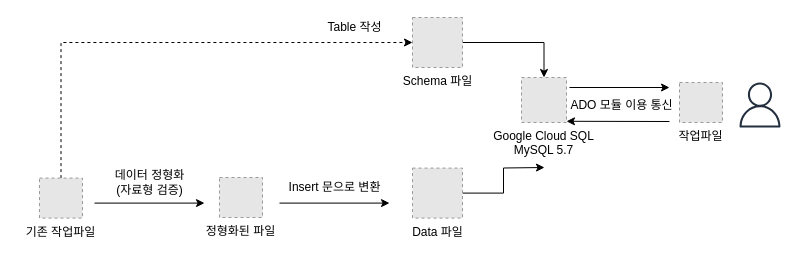
The draw.io diagram excelToDBMS.drawio in Ppojin/draw, before the edit. Source tidied: cells renumbered, new cells numbered last; positions are measured from the earlier drawing's top-left corner, leaving out a move shared by most shapes. Both pictures are drawn from the tidied source at 100%, with x=0, y=0 at pixel (39, 17). Pictures stored in the file or linked from it are replaced by grey dashed boxes.
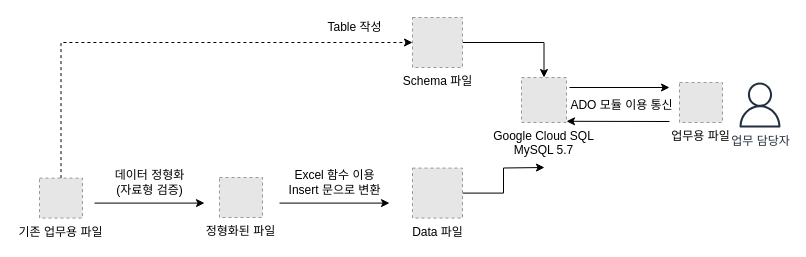
The same page after the edit.

The edit, as a diff of the source:
```diff
@@
-    <mxCell id="3" value="기존 작업파일" style="fillColor=#E6E6E6;strokeColor=#999999;dashed=1;verticalLabelPosition=bottom;labelBackgroundColor=#ffffff;verticalAlign=top;" parent="1" vertex="1">
+    <mxCell id="3" value="기존 업무용 파일" style="fillColor=#E6E6E6;strokeColor=#999999;dashed=1;verticalLabelPosition=bottom;labelBackgroundColor=#ffffff;verticalAlign=top;" parent="1" vertex="1">
       <mxGeometry y="160.6" width="43" height="40" as="geometry" />
     </mxCell>
@@
-    <mxCell id="6" value="작업파일" style="fillColor=#E6E6E6;strokeColor=#999999;dashed=1;verticalLabelPosition=bottom;labelBackgroundColor=#ffffff;verticalAlign=top;" parent="1" vertex="1">
+    <mxCell id="6" value="업무용 파일" style="fillColor=#E6E6E6;strokeColor=#999999;dashed=1;verticalLabelPosition=bottom;labelBackgroundColor=#ffffff;verticalAlign=top;" parent="1" vertex="1">
       <mxGeometry x="640" y="65" width="43" height="40" as="geometry" />
     </mxCell>
@@
-    <mxCell id="17" value="Insert 문으로 변환" style="text;html=1;align=center;verticalAlign=middle;" parent="1" vertex="1">
-      <mxGeometry x="245" y="160" width="100" height="20" as="geometry" />
+    <mxCell id="17" value="Excel 함수 이용&lt;br&gt;Insert 문으로 변환" style="text;html=1;align=center;verticalAlign=middle;" parent="1" vertex="1">
+      <mxGeometry x="245" y="150" width="100" height="30" as="geometry" />
     </mxCell>
-    <mxCell id="18" style="fontColor=#232F3E;gradientColor=none;fillColor=#232F3E;strokeColor=none;dashed=0;verticalLabelPosition=bottom;verticalAlign=top;align=center;html=1;fontSize=12;fontStyle=0;shape=mxgraph.aws4.user;" parent="1" vertex="1">
+    <mxCell id="18" value="업무 담당자" style="fontColor=#232F3E;gradientColor=none;fillColor=#232F3E;strokeColor=none;dashed=0;verticalLabelPosition=bottom;verticalAlign=top;align=center;html=1;fontSize=12;fontStyle=0;shape=mxgraph.aws4.user;" parent="1" vertex="1">
       <mxGeometry x="698" y="65" width="45" height="45" as="geometry" />
     </mxCell>
```
